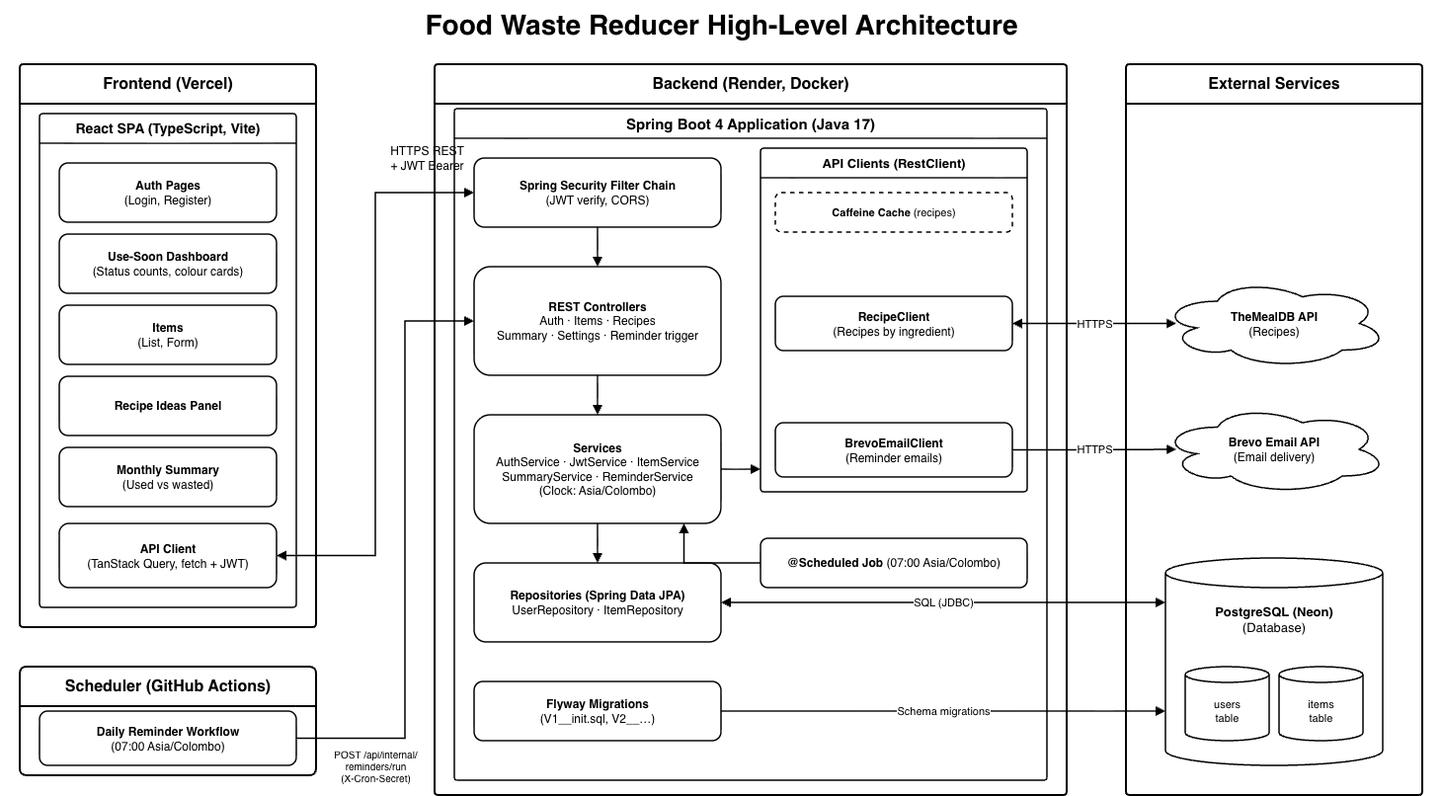
Before: docs/architecture-food-waste-reducer.png, a diagram exported from draw.io (vidurukalpana/food-waste-reducer). Source tidied: cells renumbered, new cells last; positions are measured from the earlier drawing's top-left corner, leaving out a move shared by most shapes.
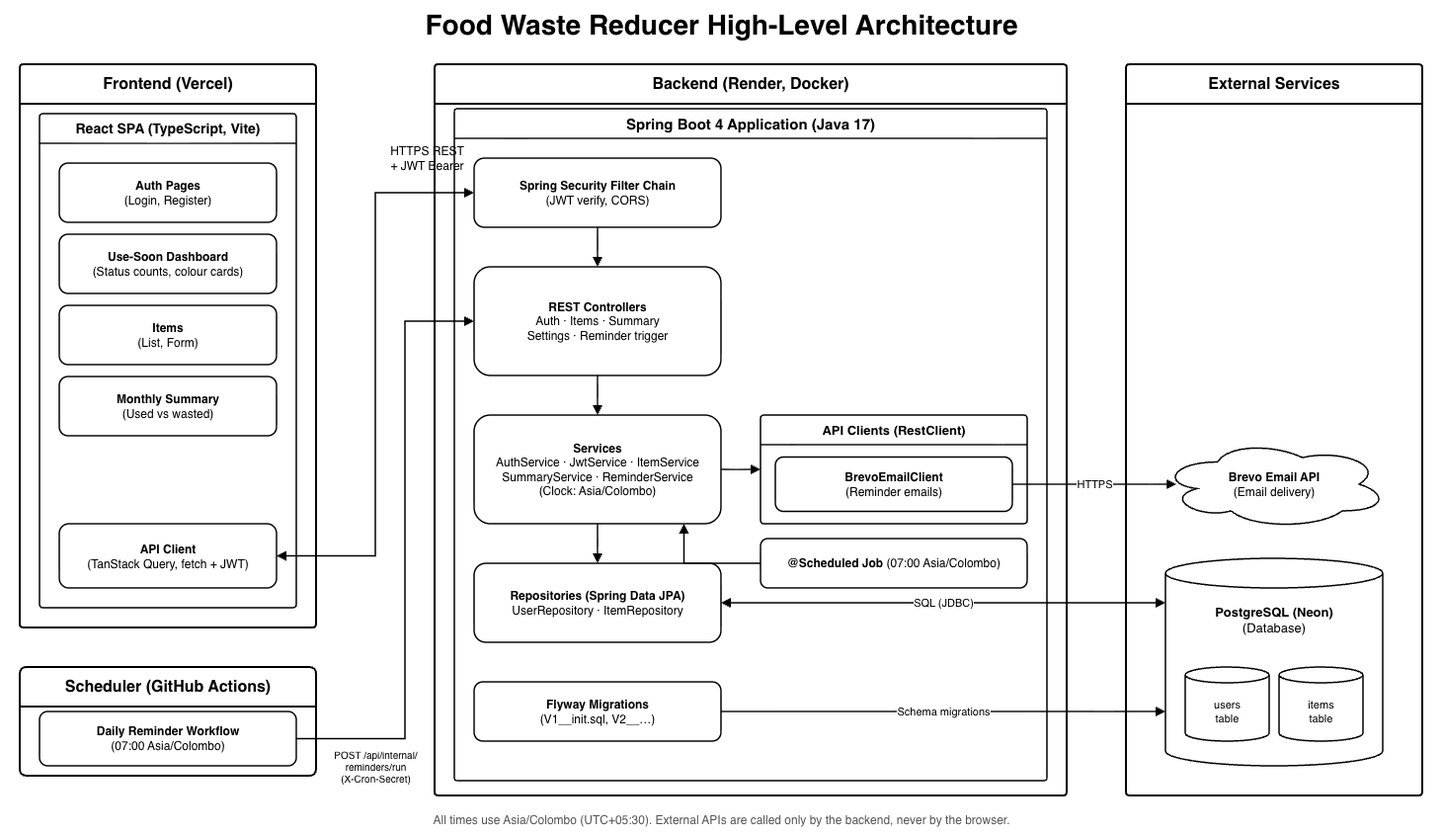
After the commit.

Diff of the diagram source:
```diff
@@ -1,4 +1,4 @@
-<mxGraphModel>
+<mxGraphModel background="#FFFFFF">
   <root>
     <mxCell id="0" />
     <mxCell id="1" parent="0" />
@@ -20,11 +20,8 @@
     <mxCell id="7" value="&lt;b&gt;Items&lt;/b&gt;&lt;br&gt;(List, Form)" style="rounded=1;whiteSpace=wrap;html=1;strokeWidth=1.5;fillColor=#FFFFFF;fontSize=12;" parent="4" vertex="1">
       <mxGeometry x="20" y="194" width="220" height="60" as="geometry" />
     </mxCell>
-    <mxCell id="8" value="&lt;b&gt;Recipe Ideas Panel&lt;/b&gt;" style="rounded=1;whiteSpace=wrap;html=1;strokeWidth=1.5;fillColor=#FFFFFF;fontSize=12;" parent="4" vertex="1">
-      <mxGeometry x="20" y="266" width="220" height="60" as="geometry" />
-    </mxCell>
     <mxCell id="9" value="&lt;b&gt;Monthly Summary&lt;/b&gt;&lt;br&gt;(Used vs wasted)" style="rounded=1;whiteSpace=wrap;html=1;strokeWidth=1.5;fillColor=#FFFFFF;fontSize=12;" parent="4" vertex="1">
-      <mxGeometry x="20" y="338" width="220" height="60" as="geometry" />
+      <mxGeometry x="20" y="266" width="220" height="60" as="geometry" />
     </mxCell>
     <mxCell id="10" value="&lt;b&gt;API Client&lt;/b&gt;&lt;br&gt;(TanStack Query, fetch + JWT)" style="rounded=1;whiteSpace=wrap;html=1;strokeWidth=1.5;fillColor=#FFFFFF;fontSize=12;" parent="4" vertex="1">
       <mxGeometry x="20" y="415" width="220" height="65" as="geometry" />
@@ -44,9 +41,9 @@
     <mxCell id="15" value="&lt;b&gt;Spring Security Filter Chain&lt;/b&gt;&lt;br&gt;(JWT verify, CORS)" style="rounded=1;whiteSpace=wrap;html=1;strokeWidth=1.5;fillColor=#FFFFFF;fontSize=12;" parent="14" vertex="1">
       <mxGeometry x="20" y="50" width="250" height="70" as="geometry" />
     </mxCell>
-    <mxCell id="16" value="&lt;b&gt;REST Controllers&lt;/b&gt;&lt;br&gt;Auth · Items · Recipes&lt;br&gt;Summary · Settings · Reminder trigger" style="rounded=1;whiteSpace=wrap;html=1;strokeWidth=1.5;fillColor=#FFFFFF;fontSize=12;" parent="14" vertex="1">
-      <mxGeometry x="20" y="160" width="250" height="110" as="geometry" />
-    </mxCell>
+    <mxCell id="44" value="&lt;b&gt;REST Controllers&lt;/b&gt;&lt;br&gt;Auth · Items · Summary&lt;br&gt;Settings · Reminder trigger" style="rounded=1;whiteSpace=wrap;html=1;strokeWidth=1.5;fillColor=#FFFFFF;fontSize=12;" parent="14" vertex="1">
+      <mxGeometry x="20" y="160" width="250" height="110" as="geometry" />
+    </mxCell>
     <mxCell id="17" value="&lt;b&gt;Services&lt;/b&gt;&lt;br&gt;AuthService · JwtService · ItemService&lt;br&gt;SummaryService · ReminderService&lt;br&gt;(Clock: Asia/Colombo)" style="rounded=1;whiteSpace=wrap;html=1;strokeWidth=1.5;fillColor=#FFFFFF;fontSize=12;" parent="14" vertex="1">
       <mxGeometry x="20" y="310" width="250" height="110" as="geometry" />
     </mxCell>
@@ -57,16 +54,10 @@
       <mxGeometry x="20" y="580" width="250" height="60" as="geometry" />
     </mxCell>
     <mxCell id="20" value="API Clients (RestClient)" style="swimlane;rounded=1;arcSize=4;html=1;whiteSpace=wrap;startSize=30;fontSize=13;fontStyle=1;strokeWidth=1.5;fillColor=#FFFFFF;swimlaneFillColor=#FFFFFF;" parent="14" vertex="1">
-      <mxGeometry x="310" y="40" width="270" height="348" as="geometry" />
+      <mxGeometry x="310" y="310" width="270" height="110" as="geometry" />
     </mxCell>
-    <mxCell id="21" value="&lt;b&gt;Caffeine Cache&lt;/b&gt; (recipes)" style="rounded=1;whiteSpace=wrap;html=1;strokeWidth=1.5;dashed=1;fillColor=#FFFFFF;fontSize=11;" parent="20" vertex="1">
-      <mxGeometry x="15" y="45" width="240" height="40" as="geometry" />
-    </mxCell>
-    <mxCell id="22" value="&lt;b&gt;RecipeClient&lt;/b&gt;&lt;br&gt;(Recipes by ingredient)" style="rounded=1;whiteSpace=wrap;html=1;strokeWidth=1.5;fillColor=#FFFFFF;fontSize=12;" parent="20" vertex="1">
-      <mxGeometry x="15" y="150" width="240" height="55" as="geometry" />
-    </mxCell>
     <mxCell id="23" value="&lt;b&gt;BrevoEmailClient&lt;/b&gt;&lt;br&gt;(Reminder emails)" style="rounded=1;whiteSpace=wrap;html=1;strokeWidth=1.5;fillColor=#FFFFFF;fontSize=12;" parent="20" vertex="1">
-      <mxGeometry x="15" y="278" width="240" height="55" as="geometry" />
+      <mxGeometry x="15" y="42.5" width="240" height="55" as="geometry" />
     </mxCell>
     <mxCell id="24" value="&lt;b&gt;@Scheduled Job&lt;/b&gt; (07:00 Asia/Colombo)" style="rounded=1;whiteSpace=wrap;html=1;strokeWidth=1.5;fillColor=#FFFFFF;fontSize=12;" parent="14" vertex="1">
       <mxGeometry x="310" y="435" width="270" height="50" as="geometry" />
@@ -74,11 +65,8 @@
     <mxCell id="25" value="External Services" style="swimlane;rounded=1;arcSize=3;html=1;whiteSpace=wrap;startSize=40;fontSize=16;fontStyle=1;strokeWidth=2;fillColor=#FFFFFF;swimlaneFillColor=#FFFFFF;" parent="1" vertex="1">
       <mxGeometry x="1140" y="65" width="300" height="740" as="geometry" />
     </mxCell>
-    <mxCell id="26" value="&lt;b&gt;TheMealDB API&lt;/b&gt;&lt;br&gt;(Recipes)" style="ellipse;shape=cloud;whiteSpace=wrap;html=1;strokeWidth=1.5;fillColor=#FFFFFF;fontSize=12;" parent="25" vertex="1">
-      <mxGeometry x="35" y="217.5" width="230" height="90" as="geometry" />
-    </mxCell>
     <mxCell id="27" value="&lt;b&gt;Brevo Email API&lt;/b&gt;&lt;br&gt;(Email delivery)" style="ellipse;shape=cloud;whiteSpace=wrap;html=1;strokeWidth=1.5;fillColor=#FFFFFF;fontSize=12;" parent="25" vertex="1">
-      <mxGeometry x="35" y="345" width="230" height="90" as="geometry" />
+      <mxGeometry x="35" y="380" width="230" height="90" as="geometry" />
     </mxCell>
     <mxCell id="28" value="&lt;b&gt;PostgreSQL (Neon)&lt;/b&gt;&lt;br&gt;(Database)" style="shape=cylinder3;whiteSpace=wrap;html=1;boundedLbl=1;backgroundOutline=1;size=15;strokeWidth=1.5;fillColor=#FFFFFF;verticalAlign=top;spacingTop=10;fontSize=13;" parent="25" vertex="1">
       <mxGeometry x="40" y="500" width="220" height="210" as="geometry" />
@@ -95,6 +83,9 @@
     <mxCell id="32" value="POST /api/internal/&lt;br&gt;reminders/run&lt;br&gt;(X-Cron-Secret)" style="text;html=1;align=center;verticalAlign=top;fontSize=10;" parent="1" vertex="1">
       <mxGeometry x="322" y="751" width="116" height="48" as="geometry" />
     </mxCell>
+    <mxCell id="45" value="All times use Asia/Colombo (UTC+05:30). External APIs are called only by the backend, never by the browser." style="text;html=1;align=center;verticalAlign=middle;fontSize=12;fontColor=#555555;" parent="1" vertex="1">
+      <mxGeometry x="20" y="815" width="1420" height="30" as="geometry" />
+    </mxCell>
     <mxCell id="33" style="edgeStyle=orthogonalEdgeStyle;rounded=0;html=1;strokeWidth=1.5;startArrow=block;startFill=1;endArrow=block;endFill=1;exitX=1;exitY=0.5;entryX=0;entryY=0.5;" parent="1" edge="1" source="10" target="15">
       <mxGeometry relative="1" as="geometry">
         <Array as="points">
@@ -103,24 +94,24 @@
         </Array>
       </mxGeometry>
     </mxCell>
-    <mxCell id="34" style="edgeStyle=orthogonalEdgeStyle;rounded=0;html=1;strokeWidth=1.5;endArrow=block;endFill=1;exitX=1;exitY=0.5;entryX=0;entryY=0.5;" parent="1" edge="1" source="12" target="16">
-      <mxGeometry relative="1" as="geometry">
-        <Array as="points">
-          <mxPoint x="410" y="747.5" />
-          <mxPoint x="410" y="325" />
-        </Array>
-      </mxGeometry>
-    </mxCell>
-    <mxCell id="35" style="edgeStyle=orthogonalEdgeStyle;rounded=0;html=1;strokeWidth=1.5;endArrow=block;endFill=1;exitX=0.5;exitY=1;entryX=0.5;entryY=0;" parent="1" edge="1" source="15" target="16">
-      <mxGeometry relative="1" as="geometry" />
-    </mxCell>
-    <mxCell id="36" style="edgeStyle=orthogonalEdgeStyle;rounded=0;html=1;strokeWidth=1.5;endArrow=block;endFill=1;exitX=0.5;exitY=1;entryX=0.5;entryY=0;" parent="1" edge="1" source="16" target="17">
-      <mxGeometry relative="1" as="geometry" />
-    </mxCell>
+    <mxCell id="46" style="edgeStyle=orthogonalEdgeStyle;rounded=0;html=1;strokeWidth=1.5;endArrow=block;endFill=1;exitX=1;exitY=0.5;entryX=0;entryY=0.5;" parent="1" edge="1" source="12" target="44">
+      <mxGeometry relative="1" as="geometry">
+        <Array as="points">
+          <mxPoint x="410" y="747.5" />
+          <mxPoint x="410" y="325" />
+        </Array>
+      </mxGeometry>
+    </mxCell>
+    <mxCell id="47" style="edgeStyle=orthogonalEdgeStyle;rounded=0;html=1;strokeWidth=1.5;endArrow=block;endFill=1;exitX=0.5;exitY=1;entryX=0.5;entryY=0;" parent="1" edge="1" source="15" target="44">
+      <mxGeometry relative="1" as="geometry" />
+    </mxCell>
+    <mxCell id="48" style="edgeStyle=orthogonalEdgeStyle;rounded=0;html=1;strokeWidth=1.5;endArrow=block;endFill=1;exitX=0.5;exitY=1;entryX=0.5;entryY=0;" parent="1" edge="1" source="44" target="17">
+      <mxGeometry relative="1" as="geometry" />
+    </mxCell>
     <mxCell id="37" style="edgeStyle=orthogonalEdgeStyle;rounded=0;html=1;strokeWidth=1.5;endArrow=block;endFill=1;exitX=0.5;exitY=1;entryX=0.5;entryY=0;" parent="1" edge="1" source="17" target="18">
       <mxGeometry relative="1" as="geometry" />
     </mxCell>
-    <mxCell id="38" style="edgeStyle=orthogonalEdgeStyle;rounded=0;html=1;strokeWidth=1.5;endArrow=block;endFill=1;exitX=1;exitY=0.5;entryX=0;entryY=0.934;" parent="1" edge="1" source="17" target="20">
+    <mxCell id="38" style="edgeStyle=orthogonalEdgeStyle;rounded=0;html=1;strokeWidth=1.5;endArrow=block;endFill=1;exitX=1;exitY=0.5;entryX=0;entryY=0.5;" parent="1" edge="1" source="17" target="20">
       <mxGeometry relative="1" as="geometry" />
     </mxCell>
     <mxCell id="39" style="edgeStyle=orthogonalEdgeStyle;rounded=0;html=1;strokeWidth=1.5;endArrow=block;endFill=1;exitX=0;exitY=0.5;entryX=0.85;entryY=1;" parent="1" edge="1" source="24" target="17">
@@ -132,9 +123,6 @@
     <mxCell id="41" value="Schema migrations" style="edgeStyle=orthogonalEdgeStyle;rounded=0;html=1;strokeWidth=1.5;endArrow=block;endFill=1;exitX=1;exitY=0.5;entryX=0;entryY=0.738;fontSize=11;labelBackgroundColor=#FFFFFF;" parent="1" edge="1" source="19" target="28">
       <mxGeometry relative="1" as="geometry" />
     </mxCell>
-    <mxCell id="42" value="HTTPS" style="edgeStyle=orthogonalEdgeStyle;rounded=0;html=1;strokeWidth=1.5;startArrow=block;startFill=1;endArrow=block;endFill=1;exitX=1;exitY=0.5;entryX=0.07;entryY=0.5;entryPerimeter=0;fontSize=11;labelBackgroundColor=#FFFFFF;" parent="1" edge="1" source="22" target="26">
-      <mxGeometry relative="1" as="geometry" />
-    </mxCell>
     <mxCell id="43" value="HTTPS" style="edgeStyle=orthogonalEdgeStyle;rounded=0;html=1;strokeWidth=1.5;endArrow=block;endFill=1;exitX=1;exitY=0.5;entryX=0.07;entryY=0.5;entryPerimeter=0;fontSize=11;labelBackgroundColor=#FFFFFF;" parent="1" edge="1" source="23" target="27">
       <mxGeometry relative="1" as="geometry" />
     </mxCell>
```
